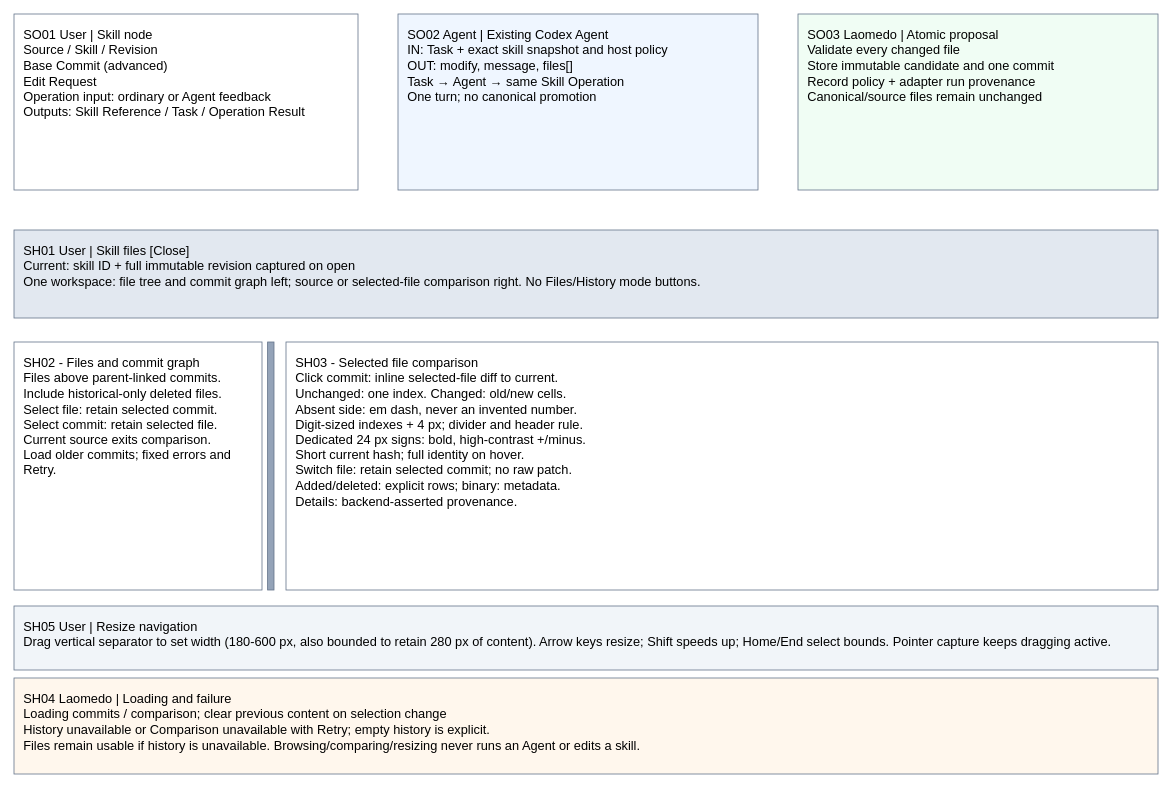
Above: page "Skill operations and history" (2 of 2) of projects/laomedo/subsystems/skill-registry/design/skill-files.drawio in amadou-6e/specs (draw.io), before the change. Source tidied: cells renumbered, new cells numbered last; positions are measured from the earlier drawing's top-left corner, leaving out a move shared by most shapes. Both pictures are drawn from the tidied source at 80%, with x=0, y=0 at pixel (14, 14).
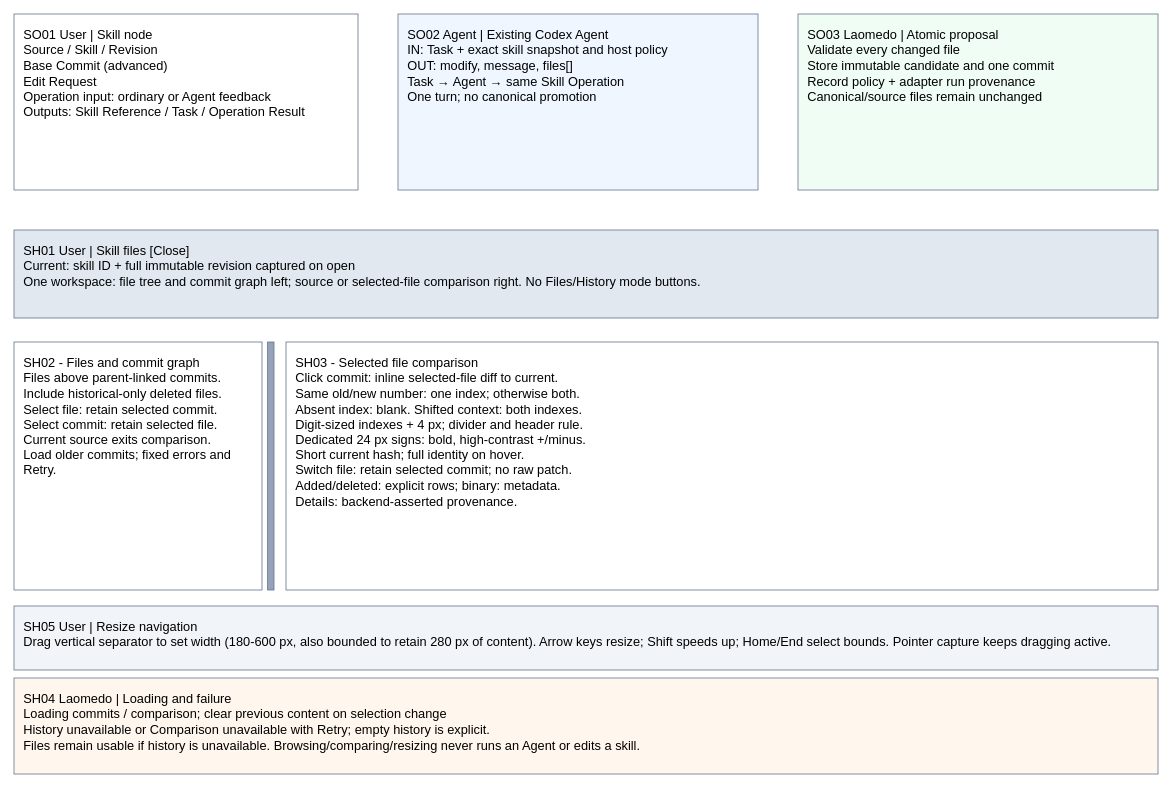
The same page after the edit.

Commit message (it also covers changes not shown here):
Clarify blank missing indexes and shifted context numbering

The edit, as a diff of the source:
```diff
@@
 <mxGraphModel>
   <root>
     <mxCell id="0" />
     <mxCell id="1" parent="0" />
     <mxCell id="2" value="SO01 User | Skill node&#10;Source / Skill / Revision&#10;Base Commit (advanced)&#10;Edit Request&#10;Operation input: ordinary or Agent feedback&#10;Outputs: Skill Reference / Task / Operation Result" style="rounded=0;whiteSpace=wrap;html=0;align=left;verticalAlign=top;spacing=12;fontFamily=Arial;fontSize=16;fillColor=#ffffff;strokeColor=#64748b;" parent="1" vertex="1">
       <mxGeometry width="430" height="220" as="geometry" />
     </mxCell>
     <mxCell id="3" value="SO02 Agent | Existing Codex Agent&#10;IN: Task + exact skill snapshot and host policy&#10;OUT: modify, message, files[]&#10;Task → Agent → same Skill Operation&#10;One turn; no canonical promotion" style="rounded=0;whiteSpace=wrap;html=0;align=left;verticalAlign=top;spacing=12;fontFamily=Arial;fontSize=16;fillColor=#eff6ff;strokeColor=#64748b;" parent="1" vertex="1">
       <mxGeometry x="480" width="450" height="220" as="geometry" />
     </mxCell>
     <mxCell id="4" value="SO03 Laomedo | Atomic proposal&#10;Validate every changed file&#10;Store immutable candidate and one commit&#10;Record policy + adapter run provenance&#10;Canonical/source files remain unchanged" style="rounded=0;whiteSpace=wrap;html=0;align=left;verticalAlign=top;spacing=12;fontFamily=Arial;fontSize=16;fillColor=#f0fdf4;strokeColor=#64748b;" parent="1" vertex="1">
       <mxGeometry x="980" width="450" height="220" as="geometry" />
     </mxCell>
     <mxCell id="5" value="SH01 User | Skill files                                      [Close]&#10;Current: skill ID + full immutable revision captured on open&#10;One workspace: file tree and commit graph left; source or selected-file comparison right. No Files/History mode buttons." style="rounded=0;whiteSpace=wrap;html=0;align=left;verticalAlign=top;spacing=12;fontFamily=Arial;fontSize=16;fillColor=#e2e8f0;strokeColor=#64748b;" parent="1" vertex="1">
       <mxGeometry y="270" width="1430" height="110" as="geometry" />
     </mxCell>
     <mxCell id="6" value="SH02 - Files and commit graph&#10;Files above parent-linked commits.&#10;Include historical-only deleted files.&#10;Select file: retain selected commit.&#10;Select commit: retain selected file.&#10;Current source exits comparison.&#10;Load older commits; fixed errors and Retry." style="rounded=0;whiteSpace=wrap;html=0;align=left;verticalAlign=top;spacing=12;fontFamily=Arial;fontSize=16;fillColor=#ffffff;strokeColor=#64748b;" parent="1" vertex="1">
       <mxGeometry y="410" width="310" height="310" as="geometry" />
     </mxCell>
-    <mxCell id="7" value="SH03 - Selected file comparison&#10;Click commit: inline selected-file diff to current.&#10;Unchanged: one index. Changed: old/new cells.&#10;Absent side: em dash, never an invented number.&#10;Digit-sized indexes + 4 px; divider and header rule.&#10;Dedicated 24 px signs: bold, high-contrast +/minus.&#10;Short current hash; full identity on hover.&#10;Switch file: retain selected commit; no raw patch.&#10;Added/deleted: explicit rows; binary: metadata.&#10;Details: backend-asserted provenance." style="rounded=0;whiteSpace=wrap;html=0;align=left;verticalAlign=top;spacing=12;fontFamily=Arial;fontSize=16;fillColor=#ffffff;strokeColor=#64748b;" parent="1" vertex="1">
+    <mxCell id="7" value="SH03 - Selected file comparison&#10;Click commit: inline selected-file diff to current.&#10;Same old/new number: one index; otherwise both.&#10;Absent index: blank. Shifted context: both indexes.&#10;Digit-sized indexes + 4 px; divider and header rule.&#10;Dedicated 24 px signs: bold, high-contrast +/minus.&#10;Short current hash; full identity on hover.&#10;Switch file: retain selected commit; no raw patch.&#10;Added/deleted: explicit rows; binary: metadata.&#10;Details: backend-asserted provenance." style="rounded=0;whiteSpace=wrap;html=0;align=left;verticalAlign=top;spacing=12;fontFamily=Arial;fontSize=16;fillColor=#ffffff;strokeColor=#64748b;" parent="1" vertex="1">
       <mxGeometry x="340" y="410" width="1090" height="310" as="geometry" />
     </mxCell>
     <mxCell id="8" value="SH04 Laomedo | Loading and failure&#10;Loading commits / comparison; clear previous content on selection change&#10;History unavailable or Comparison unavailable with Retry; empty history is explicit.&#10;Files remain usable if history is unavailable. Browsing/comparing/resizing never runs an Agent or edits a skill." style="rounded=0;whiteSpace=wrap;html=0;align=left;verticalAlign=top;spacing=12;fontFamily=Arial;fontSize=16;fillColor=#fff7ed;strokeColor=#64748b;" parent="1" vertex="1">
       <mxGeometry y="830" width="1430" height="120" as="geometry" />
     </mxCell>
     <mxCell id="9" style="rounded=0;whiteSpace=wrap;html=0;align=left;verticalAlign=top;spacing=12;fontFamily=Arial;fontSize=16;fillColor=#94a3b8;strokeColor=#64748b;" parent="1" vertex="1">
       <mxGeometry x="317" y="410" width="8" height="310" as="geometry" />
     </mxCell>
     <mxCell id="10" value="SH05 User | Resize navigation&#10;Drag vertical separator to set width (180-600 px, also bounded to retain 280 px of content). Arrow keys resize; Shift speeds up; Home/End select bounds. Pointer capture keeps dragging active." style="rounded=0;whiteSpace=wrap;html=0;align=left;verticalAlign=top;spacing=12;fontFamily=Arial;fontSize=16;fillColor=#f1f5f9;strokeColor=#64748b;" parent="1" vertex="1">
       <mxGeometry y="740" width="1430" height="80" as="geometry" />
     </mxCell>
   </root>
 </mxGraphModel>
```
